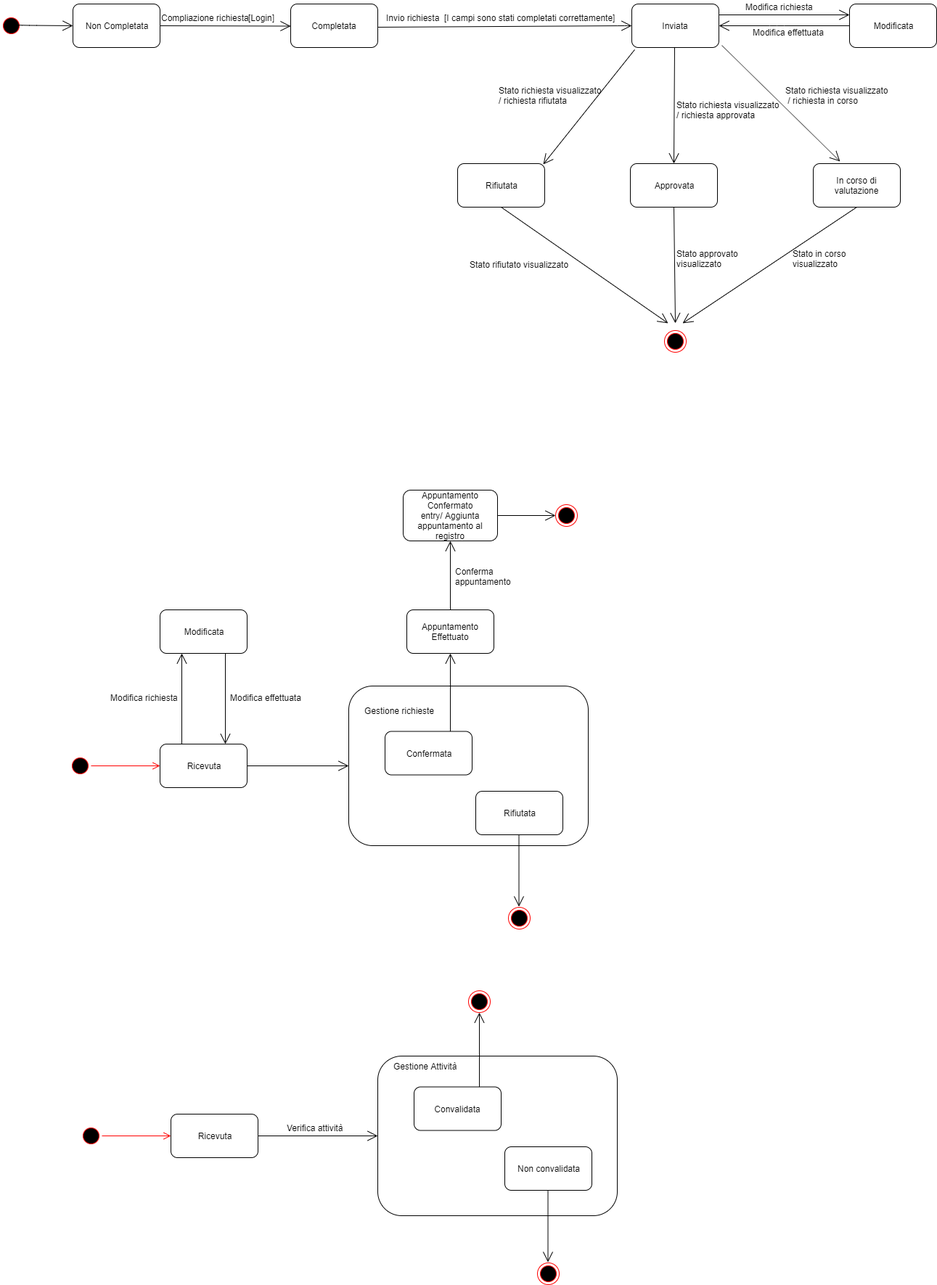
Above: Documentazione/2 - RAD/RAD (Materiali)/Statechart/Statechart.png in Yeshlol/TutoratoSmart (draw.io), before the change. Source tidied: cells renumbered, new cells last; positions are measured from the earlier drawing's top-left corner, leaving out a move shared by most shapes.
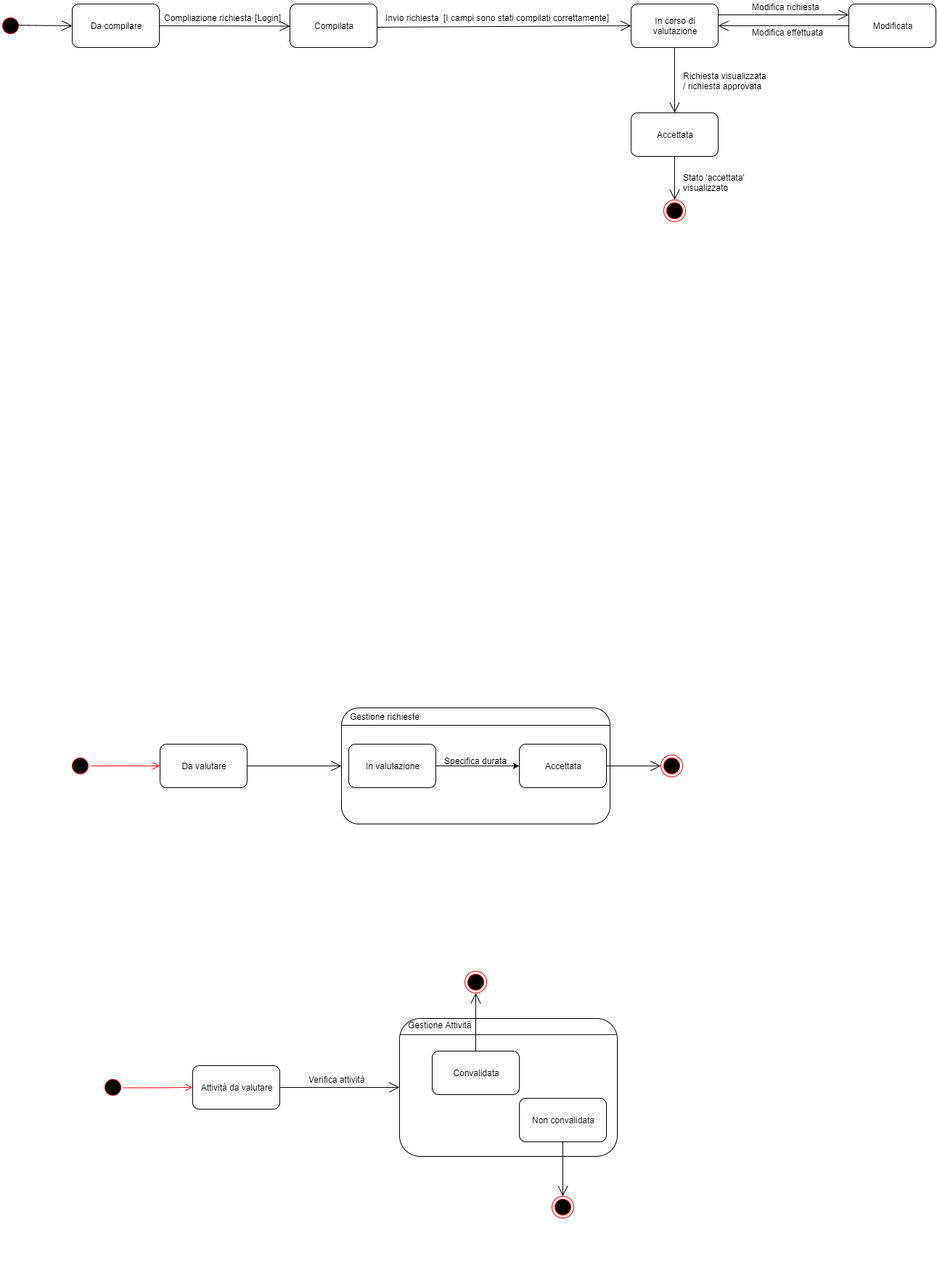
The same diagram one commit later.

The edit, as a diff of the source:
```diff
@@ -5,57 +5,36 @@
     <mxCell id="2" style="ellipse;html=1;shape=startState;fillColor=#000000;strokeColor=#ff0000;" parent="1" vertex="1">
       <mxGeometry y="20" width="30" height="30" as="geometry" />
     </mxCell>
-    <mxCell id="3" value="Non Completata" style="rounded=1;whiteSpace=wrap;html=1;" parent="1" vertex="1">
+    <mxCell id="3" value="Da compilare" style="rounded=1;whiteSpace=wrap;html=1;" parent="1" vertex="1">
       <mxGeometry x="100" y="5" width="120" height="60" as="geometry" />
     </mxCell>
-    <mxCell id="4" value="Inviata" style="rounded=1;whiteSpace=wrap;html=1;" parent="1" vertex="1">
+    <mxCell id="4" value="In corso di valutazione" style="rounded=1;whiteSpace=wrap;html=1;" parent="1" vertex="1">
       <mxGeometry x="870" y="5" width="120" height="60" as="geometry" />
     </mxCell>
     <mxCell id="5" value="Compliazione richiesta" style="text;html=1;align=left;verticalAlign=top;spacingTop=-4;" parent="1" vertex="1">
-      <mxGeometry x="220" y="15" width="140" height="20" as="geometry" />
+      <mxGeometry x="225" y="15" width="140" height="20" as="geometry" />
     </mxCell>
     <mxCell id="6" value="[Login]" style="text;html=1;align=left;verticalAlign=top;spacingTop=-4;" parent="1" vertex="1">
-      <mxGeometry x="340" y="15" width="50" height="20" as="geometry" />
+      <mxGeometry x="350" y="15" width="50" height="20" as="geometry" />
     </mxCell>
-    <mxCell id="7" value="Completata" style="rounded=1;whiteSpace=wrap;html=1;" parent="1" vertex="1">
+    <mxCell id="7" value="Compilata" style="rounded=1;whiteSpace=wrap;html=1;" parent="1" vertex="1">
       <mxGeometry x="400" y="5" width="120" height="60" as="geometry" />
     </mxCell>
     <mxCell id="8" value="Invio richiesta" style="text;html=1;align=left;verticalAlign=top;spacingTop=-4;rotation=0;" parent="1" vertex="1">
       <mxGeometry x="530" y="15" width="90" height="20" as="geometry" />
     </mxCell>
-    <mxCell id="9" value="[I campi sono stati completati correttamente]" style="text;html=1;align=left;verticalAlign=top;spacingTop=-4;rotation=0;" parent="1" vertex="1">
-      <mxGeometry x="610" y="15" width="250" height="20" as="geometry" />
+    <mxCell id="9" value="[I campi sono stati compilati correttamente]" style="text;html=1;align=left;verticalAlign=top;spacingTop=-4;rotation=0;" parent="1" vertex="1">
+      <mxGeometry x="610" y="15" width="240" height="20" as="geometry" />
     </mxCell>
-    <mxCell id="10" value="Stato richiesta visualizzato&lt;br&gt;&amp;nbsp;/ richiesta in corso" style="text;html=1;align=left;verticalAlign=top;spacingTop=-4;rotation=0;" parent="1" vertex="1">
-      <mxGeometry x="1080" y="115" width="160" height="30" as="geometry" />
-    </mxCell>
-    <mxCell id="11" value="Stato richiesta visualizzato &lt;br&gt;/ richiesta approvata" style="text;html=1;align=left;verticalAlign=top;spacingTop=-4;" parent="1" vertex="1">
-      <mxGeometry x="930" y="135" width="160" height="30" as="geometry" />
+    <mxCell id="11" value="Richiesta visualizzata&lt;br&gt;/ richiesta approvata" style="text;html=1;align=left;verticalAlign=top;spacingTop=-4;" parent="1" vertex="1">
+      <mxGeometry x="940" y="95" width="130" height="30" as="geometry" />
     </mxCell>
-    <mxCell id="12" value="Stato richiesta visualizzato &lt;br&gt;/ richiesta rifiutata" style="text;html=1;align=left;verticalAlign=top;spacingTop=-4;" parent="1" vertex="1">
-      <mxGeometry x="685" y="115" width="160" height="30" as="geometry" />
-    </mxCell>
-    <mxCell id="13" value="Rifiutata" style="rounded=1;whiteSpace=wrap;html=1;" parent="1" vertex="1">
-      <mxGeometry x="630" y="225" width="120" height="60" as="geometry" />
-    </mxCell>
-    <mxCell id="14" value="Approvata" style="rounded=1;whiteSpace=wrap;html=1;" parent="1" vertex="1">
-      <mxGeometry x="868" y="225" width="120" height="60" as="geometry" />
+    <mxCell id="14" value="Accettata" style="rounded=1;whiteSpace=wrap;html=1;" parent="1" vertex="1">
+      <mxGeometry x="870" y="155" width="120" height="60" as="geometry" />
     </mxCell>
-    <mxCell id="15" value="In corso di valutazione" style="rounded=1;whiteSpace=wrap;html=1;" parent="1" vertex="1">
-      <mxGeometry x="1120" y="225" width="120" height="60" as="geometry" />
-    </mxCell>
-    <mxCell id="16" value="Stato rifiutato visualizzato" style="text;html=1;align=left;verticalAlign=top;spacingTop=-4;" parent="1" vertex="1">
-      <mxGeometry x="645" y="355" width="150" height="20" as="geometry" />
-    </mxCell>
-    <mxCell id="17" value="Stato approvato &lt;br&gt;visualizzato" style="text;html=1;align=left;verticalAlign=top;spacingTop=-4;" parent="1" vertex="1">
-      <mxGeometry x="930" y="340" width="100" height="30" as="geometry" />
+    <mxCell id="17" value="Stato 'accettata'&lt;br&gt;visualizzato" style="text;html=1;align=left;verticalAlign=top;spacingTop=-4;" parent="1" vertex="1">
+      <mxGeometry x="940" y="235" width="100" height="30" as="geometry" />
     </mxCell>
-    <mxCell id="18" value="Stato in corso&lt;br&gt;visualizzato" style="text;html=1;align=left;verticalAlign=top;spacingTop=-4;" parent="1" vertex="1">
-      <mxGeometry x="1090" y="340" width="90" height="30" as="geometry" />
-    </mxCell>
-    <mxCell id="19" style="ellipse;html=1;shape=endState;fillColor=#000000;strokeColor=#ff0000;" parent="1" vertex="1">
-      <mxGeometry x="915" y="455" width="30" height="30" as="geometry" />
-    </mxCell>
     <mxCell id="20" style="endArrow=open;endFill=1;endSize=12;html=1;exitX=1;exitY=0.25;exitDx=0;exitDy=0;" parent="1" edge="1" source="4">
       <mxGeometry relative="1" as="geometry">
         <mxPoint x="1170" y="20" as="targetPoint" />
@@ -65,7 +44,7 @@
       <mxGeometry x="1170" y="5" width="120" height="60" as="geometry" />
     </mxCell>
     <mxCell id="22" value="Modifica richiesta" style="text;html=1;align=left;verticalAlign=top;spacingTop=-4;rotation=0;" parent="1" vertex="1">
-      <mxGeometry x="1025" width="110" height="20" as="geometry" />
+      <mxGeometry x="1035" width="110" height="20" as="geometry" />
     </mxCell>
     <mxCell id="23" style="endArrow=open;endFill=1;endSize=12;html=1;exitX=0;exitY=0.5;exitDx=0;exitDy=0;entryX=1;entryY=0.5;entryDx=0;entryDy=0;" parent="1" edge="1" source="21" target="4">
       <mxGeometry relative="1" as="geometry">
@@ -99,32 +78,9 @@
         </Array>
       </mxGeometry>
     </mxCell>
-    <mxCell id="28" style="endArrow=open;endFill=1;endSize=12;html=1;entryX=0.983;entryY=0.017;entryDx=0;entryDy=0;entryPerimeter=0;exitX=0.033;exitY=1.05;exitDx=0;exitDy=0;exitPerimeter=0;" parent="1" edge="1" source="4" target="13">
-      <mxGeometry relative="1" as="geometry" />
-    </mxCell>
-    <mxCell id="29" style="endArrow=open;endFill=1;endSize=12;html=1;entryX=0.5;entryY=0;entryDx=0;entryDy=0;" parent="1" edge="1" target="14">
-      <mxGeometry relative="1" as="geometry">
-        <mxPoint x="929" y="65" as="sourcePoint" />
-      </mxGeometry>
-    </mxCell>
-    <mxCell id="30" style="endArrow=open;endFill=1;endSize=12;html=1;entryX=0.308;entryY=-0.05;entryDx=0;entryDy=0;entryPerimeter=0;exitX=1.033;exitY=0.95;exitDx=0;exitDy=0;exitPerimeter=0;" parent="1" edge="1" source="4" target="15">
+    <mxCell id="30" style="endArrow=open;endFill=1;endSize=12;html=1;entryX=0.5;entryY=0;entryDx=0;entryDy=0;exitX=0.5;exitY=1;exitDx=0;exitDy=0;" parent="1" edge="1" source="4" target="14">
       <mxGeometry relative="1" as="geometry" />
     </mxCell>
-    <mxCell id="31" style="endArrow=open;endFill=1;endSize=12;html=1;exitX=0.5;exitY=1;exitDx=0;exitDy=0;" parent="1" edge="1" source="15">
-      <mxGeometry relative="1" as="geometry">
-        <mxPoint x="940" y="445" as="targetPoint" />
-      </mxGeometry>
-    </mxCell>
-    <mxCell id="32" style="endArrow=open;endFill=1;endSize=12;html=1;exitX=0.5;exitY=1;exitDx=0;exitDy=0;" parent="1" edge="1" source="13">
-      <mxGeometry relative="1" as="geometry">
-        <mxPoint x="920" y="445" as="targetPoint" />
-      </mxGeometry>
-    </mxCell>
-    <mxCell id="33" style="endArrow=open;endFill=1;endSize=12;html=1;exitX=0.5;exitY=1;exitDx=0;exitDy=0;" parent="1" edge="1" source="14">
-      <mxGeometry relative="1" as="geometry">
-        <mxPoint x="930" y="445" as="targetPoint" />
-      </mxGeometry>
-    </mxCell>
     <mxCell id="34" style="ellipse;html=1;shape=startState;fillColor=#000000;strokeColor=#ff0000;" parent="1" vertex="1">
       <mxGeometry x="95" y="1040" width="30" height="30" as="geometry" />
     </mxCell>
@@ -133,7 +89,7 @@
         <mxPoint x="220" y="1055" as="targetPoint" />
       </mxGeometry>
     </mxCell>
-    <mxCell id="36" value="Ricevuta" style="rounded=1;whiteSpace=wrap;html=1;" parent="1" vertex="1">
+    <mxCell id="36" value="Da valutare" style="rounded=1;whiteSpace=wrap;html=1;" parent="1" vertex="1">
       <mxGeometry x="220" y="1025" width="120" height="60" as="geometry" />
     </mxCell>
     <mxCell id="37" style="endArrow=open;endFill=1;endSize=12;html=1;entryX=0;entryY=0.5;entryDx=0;entryDy=0;" parent="1" edge="1" source="36" target="41">
@@ -142,72 +98,30 @@
     <mxCell id="38" value="Confermata" style="rounded=1;whiteSpace=wrap;html=1;" parent="1" vertex="1">
       <mxGeometry x="535" y="1010" width="120" height="60" as="geometry" />
     </mxCell>
-    <mxCell id="39" value="Rifiutata" style="rounded=1;whiteSpace=wrap;html=1;" parent="1" vertex="1">
-      <mxGeometry x="645" y="1085" width="120" height="60" as="geometry" />
-    </mxCell>
     <mxCell id="40" value="Modificata" style="rounded=1;whiteSpace=wrap;html=1;" parent="1" vertex="1">
       <mxGeometry x="510" y="1025" width="120" height="60" as="geometry" />
     </mxCell>
     <mxCell id="41" style="rounded=1;whiteSpace=wrap;html=1;" parent="1" vertex="1">
-      <mxGeometry x="480" y="945" width="330" height="220" as="geometry" />
+      <mxGeometry x="470" y="975" width="370" height="160" as="geometry" />
     </mxCell>
     <mxCell id="42" value="Gestione richieste" style="text;html=1;align=left;verticalAlign=top;spacingTop=-4;" parent="1" vertex="1">
-      <mxGeometry x="500" y="970" width="110" height="20" as="geometry" />
+      <mxGeometry x="480" y="977.5" width="110" height="20" as="geometry" />
     </mxCell>
+    <mxCell id="75" style="edgeStyle=orthogonalEdgeStyle;rounded=0;jettySize=auto;html=1;" parent="1" edge="1" source="43" target="76">
+      <mxGeometry relative="1" as="geometry" />
+    </mxCell>
-    <mxCell id="43" value="Confermata" style="rounded=1;whiteSpace=wrap;html=1;" parent="1" vertex="1">
-      <mxGeometry x="530" y="1007.5" width="120" height="60" as="geometry" />
+    <mxCell id="43" value="In valutazione" style="rounded=1;whiteSpace=wrap;html=1;" parent="1" vertex="1">
+      <mxGeometry x="480" y="1025" width="120" height="60" as="geometry" />
     </mxCell>
-    <mxCell id="44" value="Rifiutata" style="rounded=1;whiteSpace=wrap;html=1;" parent="1" vertex="1">
-      <mxGeometry x="655" y="1090" width="120" height="60" as="geometry" />
-    </mxCell>
-    <mxCell id="45" value="Modificata" style="rounded=1;whiteSpace=wrap;html=1;" parent="1" vertex="1">
-      <mxGeometry x="220" y="840" width="120" height="60" as="geometry" />
-    </mxCell>
-    <mxCell id="46" style="endArrow=open;endFill=1;endSize=12;html=1;exitX=0.25;exitY=0;exitDx=0;exitDy=0;" parent="1" edge="1" source="36">
-      <mxGeometry relative="1" as="geometry">
-        <mxPoint x="250" y="900" as="targetPoint" />
-      </mxGeometry>
-    </mxCell>
-    <mxCell id="47" style="endArrow=open;endFill=1;endSize=12;html=1;entryX=0.75;entryY=0;entryDx=0;entryDy=0;exitX=0.75;exitY=1;exitDx=0;exitDy=0;" parent="1" edge="1" source="45" target="36">
-      <mxGeometry relative="1" as="geometry" />
-    </mxCell>
-    <mxCell id="48" style="endArrow=open;endFill=1;endSize=12;html=1;" parent="1" edge="1">
-      <mxGeometry relative="1" as="geometry">
-        <mxPoint x="714.5" y="1150" as="sourcePoint" />
-        <mxPoint x="714.5" y="1249" as="targetPoint" />
-      </mxGeometry>
-    </mxCell>
-    <mxCell id="49" style="ellipse;html=1;shape=endState;fillColor=#000000;strokeColor=#ff0000;" parent="1" vertex="1">
-      <mxGeometry x="700" y="1250" width="30" height="30" as="geometry" />
-    </mxCell>
-    <mxCell id="50" style="endArrow=open;endFill=1;endSize=12;html=1;" parent="1" edge="1" target="51">
-      <mxGeometry relative="1" as="geometry">
-        <mxPoint x="620" y="1007.5" as="sourcePoint" />
-      </mxGeometry>
-    </mxCell>
-    <mxCell id="51" value="Appuntamento Effettuato" style="rounded=1;whiteSpace=wrap;html=1;" parent="1" vertex="1">
-      <mxGeometry x="560" y="840" width="120" height="60" as="geometry" />
-    </mxCell>
-    <mxCell id="52" style="endArrow=open;endFill=1;endSize=12;html=1;exitX=0.5;exitY=0;exitDx=0;exitDy=0;" parent="1" edge="1" source="63">
-      <mxGeometry relative="1" as="geometry">
-        <mxPoint x="619" y="700" as="targetPoint" />
-      </mxGeometry>
-    </mxCell>
+    <mxCell id="76" value="Accettata" style="rounded=1;whiteSpace=wrap;html=1;" parent="1" vertex="1">
+      <mxGeometry x="715" y="1025" width="120" height="60" as="geometry" />
+    </mxCell>
-    <mxCell id="53" style="endArrow=open;endFill=1;endSize=12;html=1;exitX=1;exitY=0.5;exitDx=0;exitDy=0;" parent="1" edge="1" source="63" target="54">
+    <mxCell id="53" style="endArrow=open;endFill=1;endSize=12;html=1;exitX=1;exitY=0.5;exitDx=0;exitDy=0;" parent="1" edge="1" source="76" target="54">
       <mxGeometry relative="1" as="geometry" />
     </mxCell>
     <mxCell id="54" style="ellipse;html=1;shape=endState;fillColor=#000000;strokeColor=#ff0000;" parent="1" vertex="1">
-      <mxGeometry x="765" y="695" width="30" height="30" as="geometry" />
+      <mxGeometry x="910" y="1040" width="30" height="30" as="geometry" />
     </mxCell>
-    <mxCell id="55" value="Modifica effettuata" style="text;html=1;" parent="1" vertex="1">
-      <mxGeometry x="315" y="947.5" width="120" height="30" as="geometry" />
-    </mxCell>
-    <mxCell id="56" value="Modifica richiesta" style="text;html=1;" parent="1" vertex="1">
-      <mxGeometry x="150" y="947.5" width="120" height="30" as="geometry" />
-    </mxCell>
-    <mxCell id="57" value="Conferma &lt;br&gt;appuntamento&lt;br&gt;" style="text;html=1;align=left;verticalAlign=top;spacingTop=-4;" parent="1" vertex="1">
-      <mxGeometry x="625" y="777.5" width="90" height="30" as="geometry" />
-    </mxCell>
     <mxCell id="58" style="ellipse;html=1;shape=startState;fillColor=#000000;strokeColor=#ff0000;" parent="1" vertex="1">
       <mxGeometry x="110" y="1550" width="30" height="30" as="geometry" />
     </mxCell>
@@ -216,7 +130,7 @@
         <mxPoint x="235" y="1565" as="targetPoint" />
       </mxGeometry>
     </mxCell>
-    <mxCell id="60" value="Ricevuta" style="rounded=1;whiteSpace=wrap;html=1;" parent="1" vertex="1">
+    <mxCell id="60" value="Attività da valutare" style="rounded=1;whiteSpace=wrap;html=1;" parent="1" vertex="1">
       <mxGeometry x="235" y="1535" width="120" height="60" as="geometry" />
     </mxCell>
     <mxCell id="61" style="endArrow=open;endFill=1;endSize=12;html=1;entryX=0;entryY=0.5;entryDx=0;entryDy=0;exitX=1;exitY=0.5;exitDx=0;exitDy=0;" parent="1" edge="1" source="60" target="67">
@@ -225,12 +139,6 @@
     <mxCell id="62" value="Verifica attività" style="text;html=1;align=left;verticalAlign=top;spacingTop=-4;" parent="1" vertex="1">
       <mxGeometry x="392.5" y="1545" width="90" height="20" as="geometry" />
     </mxCell>
-    <mxCell id="63" value="Appuntamento Confermato&lt;br&gt;entry/ Aggiunta appuntamento al registro" style="rounded=1;whiteSpace=wrap;html=1;" parent="1" vertex="1">
-      <mxGeometry x="555" y="675" width="130" height="70" as="geometry" />
-    </mxCell>
-    <mxCell id="64" style="endArrow=open;endFill=1;endSize=12;html=1;exitX=0.5;exitY=0;exitDx=0;exitDy=0;" parent="1" edge="1" source="51" target="63">
-      <mxGeometry relative="1" as="geometry" />
-    </mxCell>
     <mxCell id="65" value="Confermata" style="rounded=1;whiteSpace=wrap;html=1;" parent="1" vertex="1">
       <mxGeometry x="575" y="1500" width="120" height="60" as="geometry" />
     </mxCell>
@@ -238,33 +146,46 @@
       <mxGeometry x="685" y="1575" width="120" height="60" as="geometry" />
     </mxCell>
     <mxCell id="67" style="rounded=1;whiteSpace=wrap;html=1;" parent="1" vertex="1">
-      <mxGeometry x="520" y="1455" width="330" height="220" as="geometry" />
+      <mxGeometry x="520" y="1470" width="300" height="190" as="geometry" />
     </mxCell>
     <mxCell id="68" value="Gestione Attività" style="text;html=1;align=left;verticalAlign=top;spacingTop=-4;" parent="1" vertex="1">
-      <mxGeometry x="540" y="1460" width="100" height="20" as="geometry" />
+      <mxGeometry x="530" y="1470" width="100" height="20" as="geometry" />
     </mxCell>
     <mxCell id="69" value="Convalidata" style="rounded=1;whiteSpace=wrap;html=1;" parent="1" vertex="1">
-      <mxGeometry x="570" y="1497.5" width="120" height="60" as="geometry" />
+      <mxGeometry x="565" y="1515" width="120" height="60" as="geometry" />
     </mxCell>
     <mxCell id="70" value="Non convalidata" style="rounded=1;whiteSpace=wrap;html=1;" parent="1" vertex="1">
-      <mxGeometry x="695" y="1580" width="120" height="60" as="geometry" />
+      <mxGeometry x="685" y="1580" width="120" height="60" as="geometry" />
     </mxCell>
-    <mxCell id="71" style="endArrow=open;endFill=1;endSize=12;html=1;" parent="1" edge="1">
-      <mxGeometry relative="1" as="geometry">
-        <mxPoint x="754.5" y="1640" as="sourcePoint" />
-        <mxPoint x="754.5" y="1739" as="targetPoint" />
-      </mxGeometry>
+    <mxCell id="71" style="endArrow=open;endFill=1;endSize=12;html=1;exitX=0.5;exitY=1;exitDx=0;exitDy=0;entryX=0.5;entryY=0;entryDx=0;entryDy=0;" parent="1" edge="1" source="70" target="72">
+      <mxGeometry relative="1" as="geometry" />
     </mxCell>
     <mxCell id="72" style="ellipse;html=1;shape=endState;fillColor=#000000;strokeColor=#ff0000;" parent="1" vertex="1">
-      <mxGeometry x="740" y="1740" width="30" height="30" as="geometry" />
+      <mxGeometry x="730" y="1715" width="30" height="30" as="geometry" />
     </mxCell>
-    <mxCell id="73" style="endArrow=open;endFill=1;endSize=12;html=1;" parent="1" edge="1" target="74">
-      <mxGeometry relative="1" as="geometry">
-        <mxPoint x="660" y="1497.5" as="sourcePoint" />
-      </mxGeometry>
+    <mxCell id="73" style="endArrow=open;endFill=1;endSize=12;html=1;exitX=0.5;exitY=0;exitDx=0;exitDy=0;" parent="1" edge="1" source="69" target="74">
+      <mxGeometry relative="1" as="geometry" />
     </mxCell>
     <mxCell id="74" style="ellipse;html=1;shape=endState;fillColor=#000000;strokeColor=#ff0000;" parent="1" vertex="1">
-      <mxGeometry x="645" y="1365" width="30" height="30" as="geometry" />
+      <mxGeometry x="610" y="1405" width="30" height="30" as="geometry" />
     </mxCell>
+    <mxCell id="19" style="ellipse;html=1;shape=endState;fillColor=#000000;strokeColor=#ff0000;" parent="1" vertex="1">
+      <mxGeometry x="915" y="275" width="30" height="30" as="geometry" />
+    </mxCell>
+    <mxCell id="77" style="endArrow=open;endFill=1;endSize=12;html=1;" parent="1" edge="1" source="14" target="19">
+      <mxGeometry relative="1" as="geometry" />
+    </mxCell>
+    <mxCell id="78" value="Specifica durata" style="text;html=1;" parent="1" vertex="1">
+      <mxGeometry x="610" y="1035" width="120" height="30" as="geometry" />
+    </mxCell>
+    <mxCell id="79" style="endArrow=none;html=1;" parent="1" edge="1">
+      <mxGeometry relative="1" as="geometry">
+        <mxPoint x="840" y="999" as="sourcePoint" />
+        <mxPoint x="470" y="999" as="targetPoint" />
+      </mxGeometry>
+    </mxCell>
+    <mxCell id="80" style="endArrow=none;html=1;entryX=0.002;entryY=0.117;entryDx=0;entryDy=0;entryPerimeter=0;exitX=0.997;exitY=0.117;exitDx=0;exitDy=0;exitPerimeter=0;" parent="1" edge="1" source="67" target="67">
+      <mxGeometry relative="1" as="geometry" />
+    </mxCell>
   </root>
 </mxGraphModel>
```
